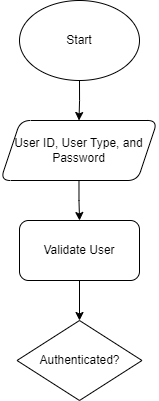
Above: Heirarchy of Project Modules/LabSystem_Flowchart.drawio.png in kaisunoo/Acads (draw.io), before the change. Source tidied: cells renumbered, new cells last; positions are measured from the earlier drawing's top-left corner, leaving out a move shared by most shapes. The source it was exported from:
```xml
<mxGraphModel>
  <root>
    <mxCell id="0" />
    <mxCell id="1" parent="0" />
    <mxCell id="2" style="edgeStyle=orthogonalEdgeStyle;rounded=0;jettySize=auto;html=1;exitX=0.5;exitY=1;exitDx=0;exitDy=0;entryX=0.5;entryY=0;entryDx=0;entryDy=0;" parent="1" edge="1" source="3" target="5">
      <mxGeometry relative="1" as="geometry" />
    </mxCell>
    <mxCell id="3" value="Start" style="ellipse;whiteSpace=wrap;html=1;" parent="1" vertex="1">
      <mxGeometry x="19" width="120" height="80" as="geometry" />
    </mxCell>
    <mxCell id="4" style="edgeStyle=orthogonalEdgeStyle;rounded=0;jettySize=auto;html=1;" parent="1" edge="1" source="5" target="7">
      <mxGeometry relative="1" as="geometry" />
    </mxCell>
    <mxCell id="5" value="User ID, User Type, and Password" style="shape=parallelogram;perimeter=parallelogramPerimeter;whiteSpace=wrap;html=1;fixedSize=1;rounded=1;" parent="1" vertex="1">
      <mxGeometry y="120" width="157" height="60" as="geometry" />
    </mxCell>
    <mxCell id="6" style="edgeStyle=orthogonalEdgeStyle;rounded=0;jettySize=auto;html=1;" parent="1" edge="1" source="7" target="8">
      <mxGeometry relative="1" as="geometry" />
    </mxCell>
    <mxCell id="7" value="Validate User" style="rounded=1;whiteSpace=wrap;html=1;" parent="1" vertex="1">
      <mxGeometry x="19" y="220" width="120" height="60" as="geometry" />
    </mxCell>
    <mxCell id="8" value="Authenticated?" style="rhombus;whiteSpace=wrap;html=1;" parent="1" vertex="1">
      <mxGeometry x="16.5" y="320" width="125" height="80" as="geometry" />
    </mxCell>
  </root>
</mxGraphModel>
```
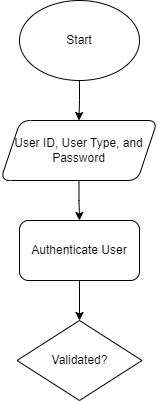
Above is the later version.

Change to the diagram source:
```diff
@@ -17,10 +17,10 @@
     <mxCell id="6" style="edgeStyle=orthogonalEdgeStyle;rounded=0;jettySize=auto;html=1;" parent="1" edge="1" source="7" target="8">
       <mxGeometry relative="1" as="geometry" />
     </mxCell>
-    <mxCell id="7" value="Validate User" style="rounded=1;whiteSpace=wrap;html=1;" parent="1" vertex="1">
+    <mxCell id="7" value="Authenticate User" style="rounded=1;whiteSpace=wrap;html=1;" parent="1" vertex="1">
       <mxGeometry x="19" y="220" width="120" height="60" as="geometry" />
     </mxCell>
-    <mxCell id="8" value="Authenticated?" style="rhombus;whiteSpace=wrap;html=1;" parent="1" vertex="1">
+    <mxCell id="8" value="Validated?" style="rhombus;whiteSpace=wrap;html=1;" parent="1" vertex="1">
       <mxGeometry x="16.5" y="320" width="125" height="80" as="geometry" />
     </mxCell>
   </root>
```
